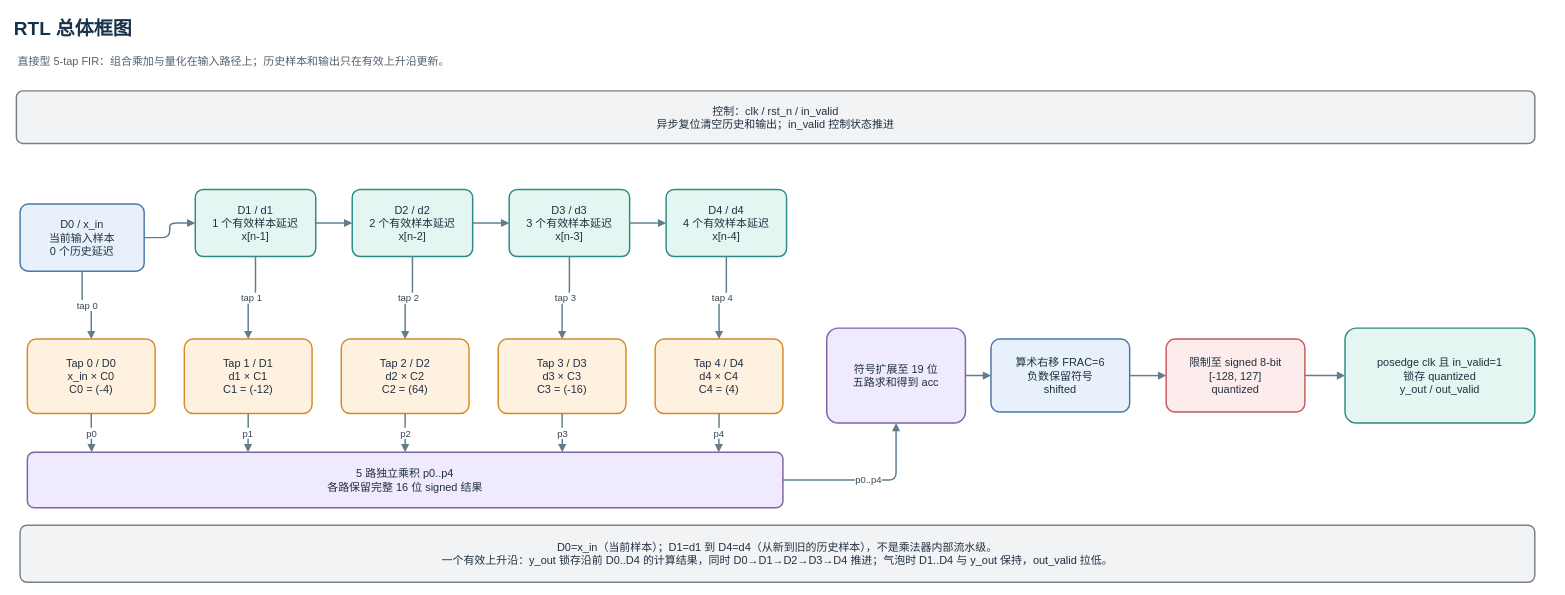
Before: page "RTL 总体框图" (1 of 4) of 标准FFE/docs/ffe_design.drawio in yuanfang11223344/FFE, a draw.io diagram. Source tidied: cells renumbered, new cells numbered last; positions are measured from the earlier drawing's top-left corner, leaving out a move shared by most shapes. Both pictures are drawn from the tidied source at 73%, with x=0, y=0 at pixel (12, 12).
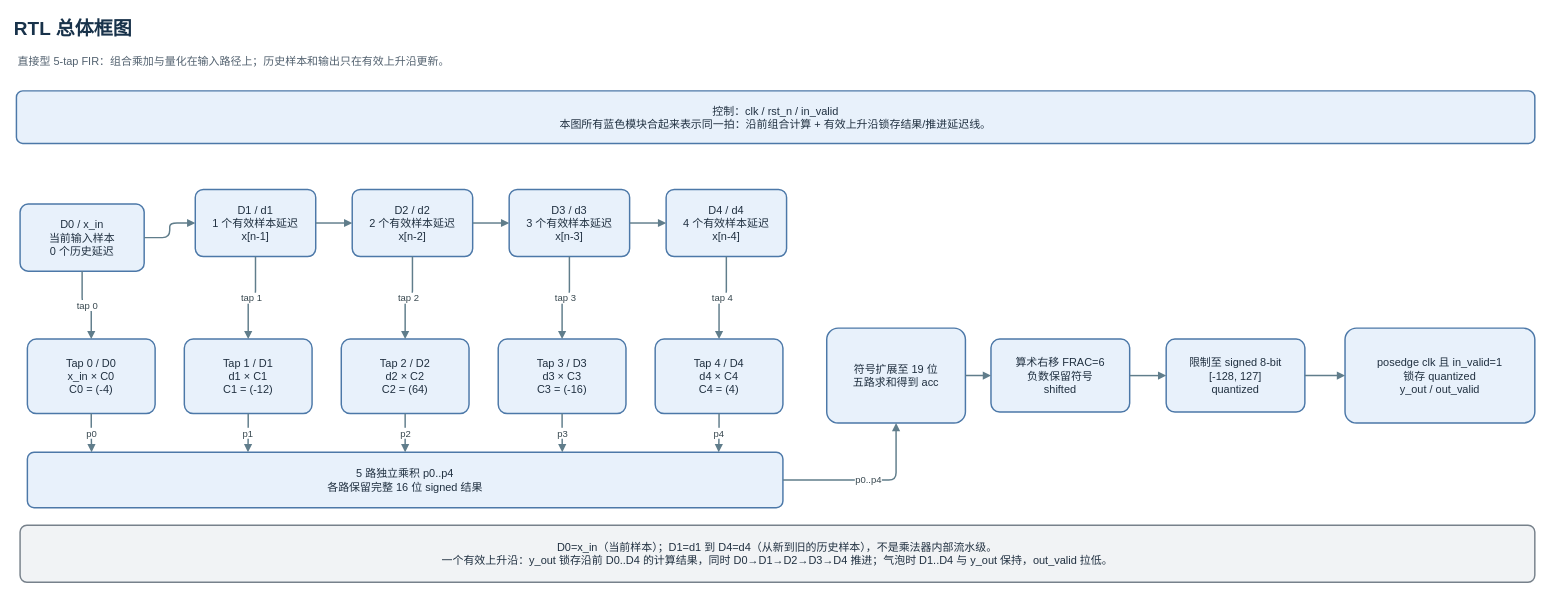
The same diagram, later.

What changed in the source:
```diff
@@
-    <mxCell id="4" value="控制：clk / rst_n / in_valid&#10;异步复位清空历史和输出；in_valid 控制状态推进" style="rounded=1;whiteSpace=wrap;html=1;arcSize=12;shadow=0;fillColor=#F1F3F5;strokeColor=#77818B;strokeWidth=2;fontFamily=PingFang SC;fontSize=15;fontColor=#203040;align=center;verticalAlign=middle;spacing=10;" parent="1" vertex="1">
+    <mxCell id="4" value="控制：clk / rst_n / in_valid&#10;本图所有蓝色模块合起来表示同一拍：沿前组合计算 + 有效上升沿锁存结果/推进延迟线。" style="rounded=1;whiteSpace=wrap;html=1;arcSize=12;shadow=0;fillColor=#E8F1FB;strokeColor=#4C78A8;strokeWidth=2;fontFamily=PingFang SC;fontSize=15;fontColor=#203040;align=center;verticalAlign=middle;spacing=10;" parent="1" vertex="1">
       <mxGeometry x="5" y="107" width="2080" height="72" as="geometry" />
     </mxCell>
@@
-    <mxCell id="6" value="D1 / d1&#10;1 个有效样本延迟&#10;x[n-1]" style="rounded=1;whiteSpace=wrap;html=1;arcSize=12;shadow=0;fillColor=#E5F5F2;strokeColor=#2A8C82;strokeWidth=2;fontFamily=PingFang SC;fontSize=15;fontColor=#203040;align=center;verticalAlign=middle;spacing=10;" parent="1" vertex="1">
+    <mxCell id="6" value="D1 / d1&#10;1 个有效样本延迟&#10;x[n-1]" style="rounded=1;whiteSpace=wrap;html=1;arcSize=12;shadow=0;fillColor=#E8F1FB;strokeColor=#4C78A8;strokeWidth=2;fontFamily=PingFang SC;fontSize=15;fontColor=#203040;align=center;verticalAlign=middle;spacing=10;" parent="1" vertex="1">
       <mxGeometry x="250" y="242" width="165" height="92" as="geometry" />
     </mxCell>
-    <mxCell id="7" value="D2 / d2&#10;2 个有效样本延迟&#10;x[n-2]" style="rounded=1;whiteSpace=wrap;html=1;arcSize=12;shadow=0;fillColor=#E5F5F2;strokeColor=#2A8C82;strokeWidth=2;fontFamily=PingFang SC;fontSize=15;fontColor=#203040;align=center;verticalAlign=middle;spacing=10;" parent="1" vertex="1">
+    <mxCell id="7" value="D2 / d2&#10;2 个有效样本延迟&#10;x[n-2]" style="rounded=1;whiteSpace=wrap;html=1;arcSize=12;shadow=0;fillColor=#E8F1FB;strokeColor=#4C78A8;strokeWidth=2;fontFamily=PingFang SC;fontSize=15;fontColor=#203040;align=center;verticalAlign=middle;spacing=10;" parent="1" vertex="1">
       <mxGeometry x="465" y="242" width="165" height="92" as="geometry" />
     </mxCell>
-    <mxCell id="8" value="D3 / d3&#10;3 个有效样本延迟&#10;x[n-3]" style="rounded=1;whiteSpace=wrap;html=1;arcSize=12;shadow=0;fillColor=#E5F5F2;strokeColor=#2A8C82;strokeWidth=2;fontFamily=PingFang SC;fontSize=15;fontColor=#203040;align=center;verticalAlign=middle;spacing=10;" parent="1" vertex="1">
+    <mxCell id="8" value="D3 / d3&#10;3 个有效样本延迟&#10;x[n-3]" style="rounded=1;whiteSpace=wrap;html=1;arcSize=12;shadow=0;fillColor=#E8F1FB;strokeColor=#4C78A8;strokeWidth=2;fontFamily=PingFang SC;fontSize=15;fontColor=#203040;align=center;verticalAlign=middle;spacing=10;" parent="1" vertex="1">
       <mxGeometry x="680" y="242" width="165" height="92" as="geometry" />
     </mxCell>
-    <mxCell id="9" value="D4 / d4&#10;4 个有效样本延迟&#10;x[n-4]" style="rounded=1;whiteSpace=wrap;html=1;arcSize=12;shadow=0;fillColor=#E5F5F2;strokeColor=#2A8C82;strokeWidth=2;fontFamily=PingFang SC;fontSize=15;fontColor=#203040;align=center;verticalAlign=middle;spacing=10;" parent="1" vertex="1">
+    <mxCell id="9" value="D4 / d4&#10;4 个有效样本延迟&#10;x[n-4]" style="rounded=1;whiteSpace=wrap;html=1;arcSize=12;shadow=0;fillColor=#E8F1FB;strokeColor=#4C78A8;strokeWidth=2;fontFamily=PingFang SC;fontSize=15;fontColor=#203040;align=center;verticalAlign=middle;spacing=10;" parent="1" vertex="1">
       <mxGeometry x="895" y="242" width="165" height="92" as="geometry" />
     </mxCell>
@@
-    <mxCell id="14" value="Tap 0 / D0&#10;x_in × C0&#10;C0 = (-4)" style="rounded=1;whiteSpace=wrap;html=1;arcSize=12;shadow=0;fillColor=#FFF1DF;strokeColor=#D68A24;strokeWidth=2;fontFamily=PingFang SC;fontSize=15;fontColor=#203040;align=center;verticalAlign=middle;spacing=10;" parent="1" vertex="1">
+    <mxCell id="14" value="Tap 0 / D0&#10;x_in × C0&#10;C0 = (-4)" style="rounded=1;whiteSpace=wrap;html=1;arcSize=12;shadow=0;fillColor=#E8F1FB;strokeColor=#4C78A8;strokeWidth=2;fontFamily=PingFang SC;fontSize=15;fontColor=#203040;align=center;verticalAlign=middle;spacing=10;" parent="1" vertex="1">
       <mxGeometry x="20" y="447" width="175" height="102" as="geometry" />
     </mxCell>
-    <mxCell id="15" value="Tap 1 / D1&#10;d1 × C1&#10;C1 = (-12)" style="rounded=1;whiteSpace=wrap;html=1;arcSize=12;shadow=0;fillColor=#FFF1DF;strokeColor=#D68A24;strokeWidth=2;fontFamily=PingFang SC;fontSize=15;fontColor=#203040;align=center;verticalAlign=middle;spacing=10;" parent="1" vertex="1">
+    <mxCell id="15" value="Tap 1 / D1&#10;d1 × C1&#10;C1 = (-12)" style="rounded=1;whiteSpace=wrap;html=1;arcSize=12;shadow=0;fillColor=#E8F1FB;strokeColor=#4C78A8;strokeWidth=2;fontFamily=PingFang SC;fontSize=15;fontColor=#203040;align=center;verticalAlign=middle;spacing=10;" parent="1" vertex="1">
       <mxGeometry x="235" y="447" width="175" height="102" as="geometry" />
     </mxCell>
-    <mxCell id="16" value="Tap 2 / D2&#10;d2 × C2&#10;C2 = (64)" style="rounded=1;whiteSpace=wrap;html=1;arcSize=12;shadow=0;fillColor=#FFF1DF;strokeColor=#D68A24;strokeWidth=2;fontFamily=PingFang SC;fontSize=15;fontColor=#203040;align=center;verticalAlign=middle;spacing=10;" parent="1" vertex="1">
+    <mxCell id="16" value="Tap 2 / D2&#10;d2 × C2&#10;C2 = (64)" style="rounded=1;whiteSpace=wrap;html=1;arcSize=12;shadow=0;fillColor=#E8F1FB;strokeColor=#4C78A8;strokeWidth=2;fontFamily=PingFang SC;fontSize=15;fontColor=#203040;align=center;verticalAlign=middle;spacing=10;" parent="1" vertex="1">
       <mxGeometry x="450" y="447" width="175" height="102" as="geometry" />
     </mxCell>
-    <mxCell id="17" value="Tap 3 / D3&#10;d3 × C3&#10;C3 = (-16)" style="rounded=1;whiteSpace=wrap;html=1;arcSize=12;shadow=0;fillColor=#FFF1DF;strokeColor=#D68A24;strokeWidth=2;fontFamily=PingFang SC;fontSize=15;fontColor=#203040;align=center;verticalAlign=middle;spacing=10;" parent="1" vertex="1">
+    <mxCell id="17" value="Tap 3 / D3&#10;d3 × C3&#10;C3 = (-16)" style="rounded=1;whiteSpace=wrap;html=1;arcSize=12;shadow=0;fillColor=#E8F1FB;strokeColor=#4C78A8;strokeWidth=2;fontFamily=PingFang SC;fontSize=15;fontColor=#203040;align=center;verticalAlign=middle;spacing=10;" parent="1" vertex="1">
       <mxGeometry x="665" y="447" width="175" height="102" as="geometry" />
     </mxCell>
-    <mxCell id="18" value="Tap 4 / D4&#10;d4 × C4&#10;C4 = (4)" style="rounded=1;whiteSpace=wrap;html=1;arcSize=12;shadow=0;fillColor=#FFF1DF;strokeColor=#D68A24;strokeWidth=2;fontFamily=PingFang SC;fontSize=15;fontColor=#203040;align=center;verticalAlign=middle;spacing=10;" parent="1" vertex="1">
+    <mxCell id="18" value="Tap 4 / D4&#10;d4 × C4&#10;C4 = (4)" style="rounded=1;whiteSpace=wrap;html=1;arcSize=12;shadow=0;fillColor=#E8F1FB;strokeColor=#4C78A8;strokeWidth=2;fontFamily=PingFang SC;fontSize=15;fontColor=#203040;align=center;verticalAlign=middle;spacing=10;" parent="1" vertex="1">
       <mxGeometry x="880" y="447" width="175" height="102" as="geometry" />
     </mxCell>
@@
-    <mxCell id="24" value="5 路独立乘积 p0..p4&#10;各路保留完整 16 位 signed 结果" style="rounded=1;whiteSpace=wrap;html=1;arcSize=12;shadow=0;fillColor=#F0EAFE;strokeColor=#8064A2;strokeWidth=2;fontFamily=PingFang SC;fontSize=15;fontColor=#203040;align=center;verticalAlign=middle;spacing=10;" parent="1" vertex="1">
+    <mxCell id="24" value="5 路独立乘积 p0..p4&#10;各路保留完整 16 位 signed 结果" style="rounded=1;whiteSpace=wrap;html=1;arcSize=12;shadow=0;fillColor=#E8F1FB;strokeColor=#4C78A8;strokeWidth=2;fontFamily=PingFang SC;fontSize=15;fontColor=#203040;align=center;verticalAlign=middle;spacing=10;" parent="1" vertex="1">
       <mxGeometry x="20" y="602" width="1035" height="76" as="geometry" />
     </mxCell>
@@
-    <mxCell id="30" value="符号扩展至 19 位&#10;五路求和得到 acc" style="rounded=1;whiteSpace=wrap;html=1;arcSize=12;shadow=0;fillColor=#F0EAFE;strokeColor=#8064A2;strokeWidth=2;fontFamily=PingFang SC;fontSize=15;fontColor=#203040;align=center;verticalAlign=middle;spacing=10;" parent="1" vertex="1">
+    <mxCell id="30" value="符号扩展至 19 位&#10;五路求和得到 acc" style="rounded=1;whiteSpace=wrap;html=1;arcSize=12;shadow=0;fillColor=#E8F1FB;strokeColor=#4C78A8;strokeWidth=2;fontFamily=PingFang SC;fontSize=15;fontColor=#203040;align=center;verticalAlign=middle;spacing=10;" parent="1" vertex="1">
       <mxGeometry x="1115" y="432" width="190" height="130" as="geometry" />
     </mxCell>
@@
-    <mxCell id="32" value="限制至 signed 8-bit&#10;[-128, 127]&#10;quantized" style="rounded=1;whiteSpace=wrap;html=1;arcSize=12;shadow=0;fillColor=#FDECEC;strokeColor=#C65A5A;strokeWidth=2;fontFamily=PingFang SC;fontSize=15;fontColor=#203040;align=center;verticalAlign=middle;spacing=10;" parent="1" vertex="1">
+    <mxCell id="32" value="限制至 signed 8-bit&#10;[-128, 127]&#10;quantized" style="rounded=1;whiteSpace=wrap;html=1;arcSize=12;shadow=0;fillColor=#E8F1FB;strokeColor=#4C78A8;strokeWidth=2;fontFamily=PingFang SC;fontSize=15;fontColor=#203040;align=center;verticalAlign=middle;spacing=10;" parent="1" vertex="1">
       <mxGeometry x="1580" y="447" width="190" height="100" as="geometry" />
     </mxCell>
-    <mxCell id="33" value="posedge clk 且 in_valid=1&#10;锁存 quantized&#10;y_out / out_valid" style="rounded=1;whiteSpace=wrap;html=1;arcSize=12;shadow=0;fillColor=#E5F5F2;strokeColor=#2A8C82;strokeWidth=2;fontFamily=PingFang SC;fontSize=15;fontColor=#203040;align=center;verticalAlign=middle;spacing=10;" parent="1" vertex="1">
+    <mxCell id="33" value="posedge clk 且 in_valid=1&#10;锁存 quantized&#10;y_out / out_valid" style="rounded=1;whiteSpace=wrap;html=1;arcSize=12;shadow=0;fillColor=#E8F1FB;strokeColor=#4C78A8;strokeWidth=2;fontFamily=PingFang SC;fontSize=15;fontColor=#203040;align=center;verticalAlign=middle;spacing=10;" parent="1" vertex="1">
       <mxGeometry x="1825" y="432" width="260" height="130" as="geometry" />
     </mxCell>
```
